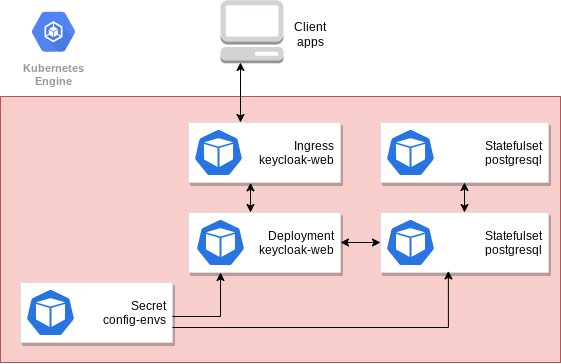
Above: k8s/keycloak/resources/keycloak-k8s-app-architecture.png in GoogleCloudPlatform/click-to-deploy (draw.io), before the change. Source tidied: cells renumbered, new cells last; positions are measured from the earlier drawing's top-left corner, leaving out a move shared by most shapes. Source of this version:
```xml
<mxGraphModel>
  <root>
    <mxCell id="0" />
    <mxCell id="1" parent="0" />
    <mxCell id="2" style="fillColor=#f8cecc;strokeColor=#b85450;shadow=0;fontSize=14;align=left;spacing=10;9E9E9E;verticalAlign=top;spacingTop=-4;fontStyle=0;spacingLeft=40;html=1;" parent="1" vertex="1">
      <mxGeometry y="96" width="560" height="266" as="geometry" />
    </mxCell>
    <mxCell id="3" value="Kubernetes&#10;Engine" style="sketch=0;html=1;fillColor=#5184F3;strokeColor=none;verticalAlign=top;labelPosition=center;verticalLabelPosition=bottom;align=center;spacingTop=-6;fontSize=11;fontStyle=1;fontColor=#999999;shape=mxgraph.gcp2.hexIcon;prIcon=container_engine;" parent="1" vertex="1">
      <mxGeometry x="20" y="2" width="66" height="58.5" as="geometry" />
    </mxCell>
    <mxCell id="4" style="outlineConnect=0;dashed=0;verticalLabelPosition=bottom;verticalAlign=top;align=center;html=1;shape=mxgraph.aws3.management_console;fillColor=#D2D3D3;gradientColor=none;" parent="1" vertex="1">
      <mxGeometry x="220" y="-0.2" width="63" height="63" as="geometry" />
    </mxCell>
    <mxCell id="5" value="Client apps" style="text;html=1;strokeColor=none;fillColor=none;align=center;verticalAlign=middle;whiteSpace=wrap;rounded=0;" parent="1" vertex="1">
      <mxGeometry x="280" y="18.5" width="60" height="30" as="geometry" />
    </mxCell>
    <mxCell id="6" style="endArrow=classic;startArrow=classic;html=1;rounded=0;" parent="1" edge="1">
      <mxGeometry relative="1" as="geometry">
        <mxPoint x="240" y="122" as="sourcePoint" />
        <mxPoint x="240" y="62" as="targetPoint" />
      </mxGeometry>
    </mxCell>
    <mxCell id="7" value="Ingress&#10;keycloak-web" style="strokeColor=#dddddd;shadow=1;strokeWidth=1;rounded=1;absoluteArcSize=1;arcSize=2;align=right;spacingRight=4;" parent="1" vertex="1">
      <mxGeometry x="188" y="122" width="152" height="60" as="geometry" />
    </mxCell>
    <mxCell id="8" style="sketch=0;html=1;dashed=0;whitespace=wrap;fillColor=#2875E2;strokeColor=#ffffff;shape=mxgraph.kubernetes.icon;prIcon=pod;" parent="1" vertex="1">
      <mxGeometry x="188" y="128" width="60" height="48" as="geometry" />
    </mxCell>
    <mxCell id="9" style="sketch=0;html=1;dashed=0;whitespace=wrap;fillColor=#2875E2;strokeColor=#ffffff;shape=mxgraph.kubernetes.icon;prIcon=pod;" parent="1" vertex="1">
      <mxGeometry x="200" y="218" width="60" height="48" as="geometry" />
    </mxCell>
    <mxCell id="10" value="Deployment&#10;keycloak-web" style="strokeColor=#dddddd;shadow=1;strokeWidth=1;rounded=1;absoluteArcSize=1;arcSize=2;align=right;spacingRight=4;" parent="1" vertex="1">
      <mxGeometry x="188" y="212" width="152" height="60" as="geometry" />
    </mxCell>
    <mxCell id="11" style="sketch=0;html=1;dashed=0;whitespace=wrap;fillColor=#2875E2;strokeColor=#ffffff;shape=mxgraph.kubernetes.icon;prIcon=pod;" parent="1" vertex="1">
      <mxGeometry x="190" y="218" width="60" height="48" as="geometry" />
    </mxCell>
    <mxCell id="12" value="Statefulset&#10;postgresql" style="strokeColor=#dddddd;shadow=1;strokeWidth=1;rounded=1;absoluteArcSize=1;arcSize=2;align=right;spacingRight=4;" parent="1" vertex="1">
      <mxGeometry x="380" y="212" width="168" height="60" as="geometry" />
    </mxCell>
    <mxCell id="13" style="sketch=0;html=1;dashed=0;whitespace=wrap;fillColor=#2875E2;strokeColor=#ffffff;shape=mxgraph.kubernetes.icon;prIcon=pod;" parent="1" vertex="1">
      <mxGeometry x="380" y="218" width="60" height="48" as="geometry" />
    </mxCell>
    <mxCell id="14" value="Statefulset&#10;postgresql" style="strokeColor=#dddddd;shadow=1;strokeWidth=1;rounded=1;absoluteArcSize=1;arcSize=2;align=right;spacingRight=4;" parent="1" vertex="1">
      <mxGeometry x="380" y="122" width="168" height="60" as="geometry" />
    </mxCell>
    <mxCell id="15" style="sketch=0;html=1;dashed=0;whitespace=wrap;fillColor=#2875E2;strokeColor=#ffffff;shape=mxgraph.kubernetes.icon;prIcon=pod;" parent="1" vertex="1">
      <mxGeometry x="380" y="128" width="60" height="48" as="geometry" />
    </mxCell>
    <mxCell id="16" style="endArrow=classic;startArrow=classic;html=1;rounded=0;entryX=0.408;entryY=1.005;entryDx=0;entryDy=0;entryPerimeter=0;" parent="1" edge="1" target="7">
      <mxGeometry relative="1" as="geometry">
        <mxPoint x="250" y="212" as="sourcePoint" />
      </mxGeometry>
    </mxCell>
    <mxCell id="17" style="endArrow=classic;startArrow=classic;html=1;rounded=0;entryX=0;entryY=0.5;entryDx=0;entryDy=0;" parent="1" edge="1" target="12">
      <mxGeometry relative="1" as="geometry">
        <mxPoint x="340" y="242" as="sourcePoint" />
      </mxGeometry>
    </mxCell>
    <mxCell id="18" style="endArrow=classic;startArrow=classic;html=1;rounded=0;exitX=0.5;exitY=0;exitDx=0;exitDy=0;entryX=0.5;entryY=1;entryDx=0;entryDy=0;" parent="1" edge="1" source="12" target="14">
      <mxGeometry relative="1" as="geometry" />
    </mxCell>
    <mxCell id="19" value="Secret&#10;config-envs" style="strokeColor=#dddddd;shadow=1;strokeWidth=1;rounded=1;absoluteArcSize=1;arcSize=2;align=right;spacingRight=4;" parent="1" vertex="1">
      <mxGeometry x="20" y="282" width="152" height="60" as="geometry" />
    </mxCell>
    <mxCell id="20" style="sketch=0;html=1;dashed=0;whitespace=wrap;fillColor=#2875E2;strokeColor=#ffffff;shape=mxgraph.kubernetes.icon;prIcon=pod;" parent="1" vertex="1">
      <mxGeometry x="20" y="288" width="60" height="48" as="geometry" />
    </mxCell>
    <mxCell id="21" style="edgeStyle=segmentEdgeStyle;endArrow=classic;html=1;rounded=0;" parent="1" edge="1">
      <mxGeometry relative="1" as="geometry">
        <mxPoint x="172" y="316" as="sourcePoint" />
        <mxPoint x="220" y="272" as="targetPoint" />
      </mxGeometry>
    </mxCell>
    <mxCell id="22" style="edgeStyle=segmentEdgeStyle;endArrow=classic;html=1;rounded=0;exitX=1;exitY=0.75;exitDx=0;exitDy=0;entryX=0.404;entryY=0.973;entryDx=0;entryDy=0;entryPerimeter=0;" parent="1" edge="1" source="19" target="12">
      <mxGeometry relative="1" as="geometry" />
    </mxCell>
  </root>
</mxGraphModel>
```
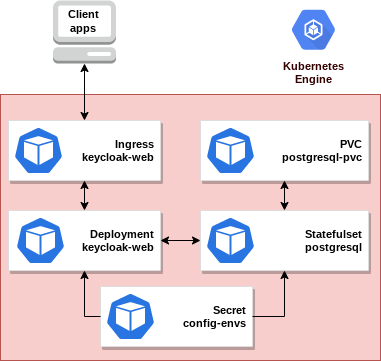
The same file after the commit.

Diff of the diagram source:
```diff
@@ -3,24 +3,21 @@
     <mxCell id="0" />
     <mxCell id="1" parent="0" />
     <mxCell id="2" style="fillColor=#f8cecc;strokeColor=#b85450;shadow=0;fontSize=14;align=left;spacing=10;9E9E9E;verticalAlign=top;spacingTop=-4;fontStyle=0;spacingLeft=40;html=1;" parent="1" vertex="1">
-      <mxGeometry y="96" width="560" height="266" as="geometry" />
+      <mxGeometry x="180" y="96" width="380" height="266" as="geometry" />
     </mxCell>
-    <mxCell id="3" value="Kubernetes&#10;Engine" style="sketch=0;html=1;fillColor=#5184F3;strokeColor=none;verticalAlign=top;labelPosition=center;verticalLabelPosition=bottom;align=center;spacingTop=-6;fontSize=11;fontStyle=1;fontColor=#999999;shape=mxgraph.gcp2.hexIcon;prIcon=container_engine;" parent="1" vertex="1">
-      <mxGeometry x="20" y="2" width="66" height="58.5" as="geometry" />
+    <mxCell id="3" value="Kubernetes&#10;Engine" style="sketch=0;html=1;fillColor=#5184F3;strokeColor=none;verticalAlign=top;labelPosition=center;verticalLabelPosition=bottom;align=center;spacingTop=-6;fontSize=11;fontStyle=1;fontColor=#330000;shape=mxgraph.gcp2.hexIcon;prIcon=container_engine;" parent="1" vertex="1">
+      <mxGeometry x="460" y="2" width="66" height="58.5" as="geometry" />
     </mxCell>
     <mxCell id="4" style="outlineConnect=0;dashed=0;verticalLabelPosition=bottom;verticalAlign=top;align=center;html=1;shape=mxgraph.aws3.management_console;fillColor=#D2D3D3;gradientColor=none;" parent="1" vertex="1">
-      <mxGeometry x="220" y="-0.2" width="63" height="63" as="geometry" />
+      <mxGeometry x="232.5" y="2" width="63" height="63" as="geometry" />
     </mxCell>
-    <mxCell id="5" value="Client apps" style="text;html=1;strokeColor=none;fillColor=none;align=center;verticalAlign=middle;whiteSpace=wrap;rounded=0;" parent="1" vertex="1">
-      <mxGeometry x="280" y="18.5" width="60" height="30" as="geometry" />
+    <mxCell id="5" value="Client apps" style="text;html=1;strokeColor=none;fillColor=none;align=center;verticalAlign=middle;whiteSpace=wrap;rounded=0;fontStyle=1;fontSize=11;spacingTop=11;" parent="1" vertex="1">
+      <mxGeometry x="232.5" y="2" width="60" height="30" as="geometry" />
     </mxCell>
-    <mxCell id="6" style="endArrow=classic;startArrow=classic;html=1;rounded=0;" parent="1" edge="1">
-      <mxGeometry relative="1" as="geometry">
-        <mxPoint x="240" y="122" as="sourcePoint" />
-        <mxPoint x="240" y="62" as="targetPoint" />
-      </mxGeometry>
+    <mxCell id="6" style="endArrow=classic;startArrow=classic;html=1;rounded=0;exitX=0.5;exitY=0;exitDx=0;exitDy=0;" parent="1" edge="1" source="7" target="4">
+      <mxGeometry relative="1" as="geometry" />
     </mxCell>
-    <mxCell id="7" value="Ingress&#10;keycloak-web" style="strokeColor=#dddddd;shadow=1;strokeWidth=1;rounded=1;absoluteArcSize=1;arcSize=2;align=right;spacingRight=4;" parent="1" vertex="1">
+    <mxCell id="7" value="Ingress&#10;keycloak-web" style="strokeColor=#dddddd;shadow=1;strokeWidth=1;rounded=1;absoluteArcSize=1;arcSize=2;align=right;spacingRight=4;fontStyle=1;fontSize=11;" parent="1" vertex="1">
       <mxGeometry x="188" y="122" width="152" height="60" as="geometry" />
     </mxCell>
     <mxCell id="8" style="sketch=0;html=1;dashed=0;whitespace=wrap;fillColor=#2875E2;strokeColor=#ffffff;shape=mxgraph.kubernetes.icon;prIcon=pod;" parent="1" vertex="1">
@@ -29,28 +26,26 @@
     <mxCell id="9" style="sketch=0;html=1;dashed=0;whitespace=wrap;fillColor=#2875E2;strokeColor=#ffffff;shape=mxgraph.kubernetes.icon;prIcon=pod;" parent="1" vertex="1">
       <mxGeometry x="200" y="218" width="60" height="48" as="geometry" />
     </mxCell>
-    <mxCell id="10" value="Deployment&#10;keycloak-web" style="strokeColor=#dddddd;shadow=1;strokeWidth=1;rounded=1;absoluteArcSize=1;arcSize=2;align=right;spacingRight=4;" parent="1" vertex="1">
+    <mxCell id="10" value="Deployment&#10;keycloak-web" style="strokeColor=#dddddd;shadow=1;strokeWidth=1;rounded=1;absoluteArcSize=1;arcSize=2;align=right;spacingRight=4;fontStyle=1;fontSize=11;" parent="1" vertex="1">
       <mxGeometry x="188" y="212" width="152" height="60" as="geometry" />
     </mxCell>
     <mxCell id="11" style="sketch=0;html=1;dashed=0;whitespace=wrap;fillColor=#2875E2;strokeColor=#ffffff;shape=mxgraph.kubernetes.icon;prIcon=pod;" parent="1" vertex="1">
       <mxGeometry x="190" y="218" width="60" height="48" as="geometry" />
     </mxCell>
-    <mxCell id="12" value="Statefulset&#10;postgresql" style="strokeColor=#dddddd;shadow=1;strokeWidth=1;rounded=1;absoluteArcSize=1;arcSize=2;align=right;spacingRight=4;" parent="1" vertex="1">
+    <mxCell id="12" value="Statefulset&#10;postgresql" style="strokeColor=#dddddd;shadow=1;strokeWidth=1;rounded=1;absoluteArcSize=1;arcSize=2;align=right;spacingRight=4;fontStyle=1;fontSize=11;" parent="1" vertex="1">
       <mxGeometry x="380" y="212" width="168" height="60" as="geometry" />
     </mxCell>
     <mxCell id="13" style="sketch=0;html=1;dashed=0;whitespace=wrap;fillColor=#2875E2;strokeColor=#ffffff;shape=mxgraph.kubernetes.icon;prIcon=pod;" parent="1" vertex="1">
       <mxGeometry x="380" y="218" width="60" height="48" as="geometry" />
     </mxCell>
-    <mxCell id="14" value="Statefulset&#10;postgresql" style="strokeColor=#dddddd;shadow=1;strokeWidth=1;rounded=1;absoluteArcSize=1;arcSize=2;align=right;spacingRight=4;" parent="1" vertex="1">
+    <mxCell id="14" value="PVC&#10;postgresql-pvc" style="strokeColor=#dddddd;shadow=1;strokeWidth=1;rounded=1;absoluteArcSize=1;arcSize=2;align=right;spacingRight=4;fontStyle=1;fontSize=11;" parent="1" vertex="1">
       <mxGeometry x="380" y="122" width="168" height="60" as="geometry" />
     </mxCell>
     <mxCell id="15" style="sketch=0;html=1;dashed=0;whitespace=wrap;fillColor=#2875E2;strokeColor=#ffffff;shape=mxgraph.kubernetes.icon;prIcon=pod;" parent="1" vertex="1">
       <mxGeometry x="380" y="128" width="60" height="48" as="geometry" />
     </mxCell>
-    <mxCell id="16" style="endArrow=classic;startArrow=classic;html=1;rounded=0;entryX=0.408;entryY=1.005;entryDx=0;entryDy=0;entryPerimeter=0;" parent="1" edge="1" target="7">
-      <mxGeometry relative="1" as="geometry">
-        <mxPoint x="250" y="212" as="sourcePoint" />
-      </mxGeometry>
+    <mxCell id="16" style="endArrow=classic;startArrow=classic;html=1;rounded=0;entryX=0.5;entryY=1;entryDx=0;entryDy=0;exitX=0.5;exitY=0;exitDx=0;exitDy=0;" parent="1" edge="1" source="10" target="7">
+      <mxGeometry relative="1" as="geometry" />
     </mxCell>
     <mxCell id="17" style="endArrow=classic;startArrow=classic;html=1;rounded=0;entryX=0;entryY=0.5;entryDx=0;entryDy=0;" parent="1" edge="1" target="12">
       <mxGeometry relative="1" as="geometry">
@@ -60,19 +55,16 @@
     <mxCell id="18" style="endArrow=classic;startArrow=classic;html=1;rounded=0;exitX=0.5;exitY=0;exitDx=0;exitDy=0;entryX=0.5;entryY=1;entryDx=0;entryDy=0;" parent="1" edge="1" source="12" target="14">
       <mxGeometry relative="1" as="geometry" />
     </mxCell>
-    <mxCell id="19" value="Secret&#10;config-envs" style="strokeColor=#dddddd;shadow=1;strokeWidth=1;rounded=1;absoluteArcSize=1;arcSize=2;align=right;spacingRight=4;" parent="1" vertex="1">
-      <mxGeometry x="20" y="282" width="152" height="60" as="geometry" />
+    <mxCell id="19" value="Secret&#10;config-envs" style="strokeColor=#dddddd;shadow=1;strokeWidth=1;rounded=1;absoluteArcSize=1;arcSize=2;align=right;spacingRight=4;fontStyle=1;fontSize=11;" parent="1" vertex="1">
+      <mxGeometry x="280" y="288" width="152" height="60" as="geometry" />
     </mxCell>
     <mxCell id="20" style="sketch=0;html=1;dashed=0;whitespace=wrap;fillColor=#2875E2;strokeColor=#ffffff;shape=mxgraph.kubernetes.icon;prIcon=pod;" parent="1" vertex="1">
-      <mxGeometry x="20" y="288" width="60" height="48" as="geometry" />
+      <mxGeometry x="280" y="294" width="60" height="48" as="geometry" />
     </mxCell>
-    <mxCell id="21" style="edgeStyle=segmentEdgeStyle;endArrow=classic;html=1;rounded=0;" parent="1" edge="1">
-      <mxGeometry relative="1" as="geometry">
-        <mxPoint x="172" y="316" as="sourcePoint" />
-        <mxPoint x="220" y="272" as="targetPoint" />
-      </mxGeometry>
+    <mxCell id="21" style="edgeStyle=segmentEdgeStyle;endArrow=classic;html=1;rounded=0;entryX=0.5;entryY=1;entryDx=0;entryDy=0;exitX=0;exitY=0.5;exitDx=0;exitDy=0;" parent="1" edge="1" source="19" target="10">
+      <mxGeometry relative="1" as="geometry" />
     </mxCell>
-    <mxCell id="22" style="edgeStyle=segmentEdgeStyle;endArrow=classic;html=1;rounded=0;exitX=1;exitY=0.75;exitDx=0;exitDy=0;entryX=0.404;entryY=0.973;entryDx=0;entryDy=0;entryPerimeter=0;" parent="1" edge="1" source="19" target="12">
+    <mxCell id="22" style="edgeStyle=segmentEdgeStyle;endArrow=classic;html=1;rounded=0;exitX=1;exitY=0.5;exitDx=0;exitDy=0;entryX=0.5;entryY=1;entryDx=0;entryDy=0;" parent="1" edge="1" source="19" target="12">
       <mxGeometry relative="1" as="geometry" />
     </mxCell>
   </root>
```
